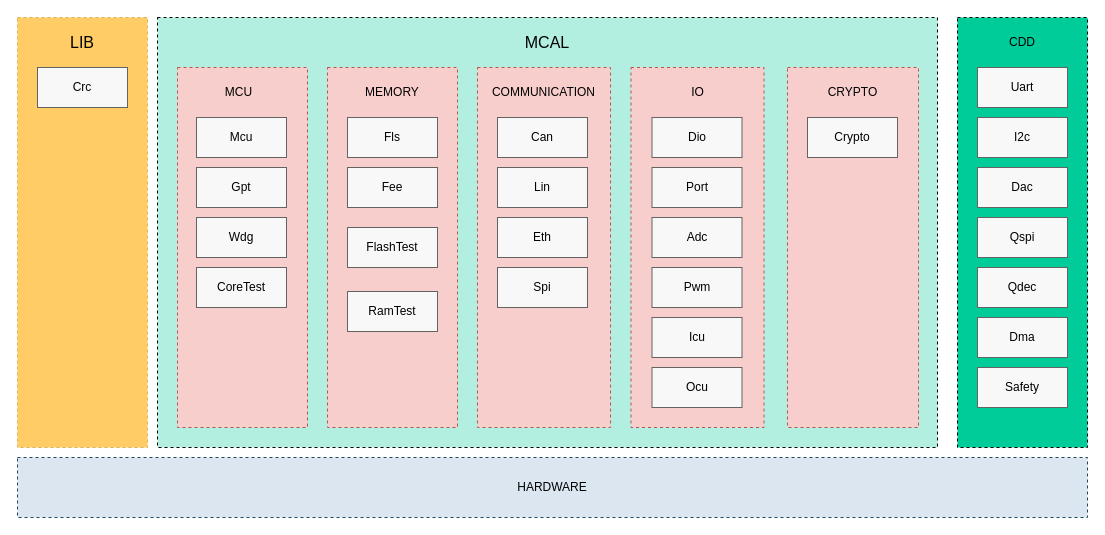
Earlier version of the draw.io diagram page "CX3288_MCAL" (2 of 5) of cx3288_sdk.drawio (hehenihao/chart). Source tidied: cells renumbered, new cells numbered last; positions are measured from the earlier drawing's top-left corner, leaving out a move shared by most shapes. Both pictures are drawn from the tidied source at 100%, with x=0, y=0 at pixel (17, 17).
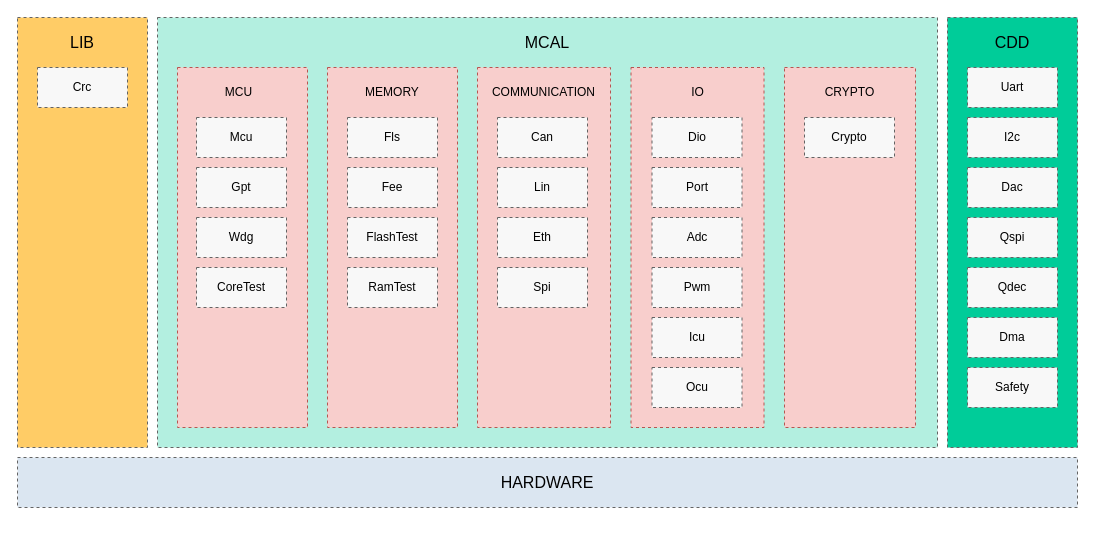
After the change.

What changed in the source:
```diff
@@
-    <mxCell id="2" style="rounded=0;whiteSpace=wrap;html=1;dashed=1;fillColor=#00cc99;" parent="1" vertex="1">
-      <mxGeometry x="940" width="130" height="430" as="geometry" />
+    <mxCell id="2" style="rounded=0;whiteSpace=wrap;html=1;dashed=1;fillColor=#00cc99;strokeColor=#646464;" parent="1" vertex="1">
+      <mxGeometry x="930" width="130" height="430" as="geometry" />
     </mxCell>
-    <mxCell id="3" style="rounded=0;whiteSpace=wrap;html=1;dashed=1;fillColor=#b3efe0;" parent="1" vertex="1">
+    <mxCell id="3" style="rounded=0;whiteSpace=wrap;html=1;dashed=1;fillColor=#b3efe0;strokeColor=#646464;" parent="1" vertex="1">
       <mxGeometry x="140" width="780" height="430" as="geometry" />
     </mxCell>
@@
-    <mxCell id="5" value="MCU" style="rounded=0;whiteSpace=wrap;html=1;strokeColor=none;fillColor=none;" parent="1" vertex="1">
+    <mxCell id="5" value="MCU" style="rounded=0;whiteSpace=wrap;html=1;strokeColor=none;fillColor=none;dashed=1;" parent="1" vertex="1">
       <mxGeometry x="163" y="50" width="117" height="50" as="geometry" />
     </mxCell>
@@
-    <mxCell id="9" value="Gpt" style="rounded=0;whiteSpace=wrap;html=1;fillColor=#f8f8f8;strokeColor=#636363;" parent="1" vertex="1">
+    <mxCell id="9" value="Gpt" style="rounded=0;whiteSpace=wrap;html=1;fillColor=#f8f8f8;strokeColor=#636363;dashed=1;" parent="1" vertex="1">
       <mxGeometry x="179" y="150" width="90" height="40" as="geometry" />
     </mxCell>
-    <mxCell id="10" value="MEMORY" style="rounded=0;whiteSpace=wrap;html=1;strokeColor=none;fillColor=none;" parent="1" vertex="1">
+    <mxCell id="10" value="MEMORY" style="rounded=0;whiteSpace=wrap;html=1;strokeColor=none;fillColor=none;dashed=1;" parent="1" vertex="1">
       <mxGeometry x="310" y="50" width="130" height="50" as="geometry" />
     </mxCell>
-    <mxCell id="11" value="COMMUNICATION" style="rounded=0;whiteSpace=wrap;html=1;strokeColor=none;fillColor=none;" parent="1" vertex="1">
+    <mxCell id="11" value="COMMUNICATION" style="rounded=0;whiteSpace=wrap;html=1;strokeColor=none;fillColor=none;dashed=1;" parent="1" vertex="1">
       <mxGeometry x="460" y="50" width="133" height="50" as="geometry" />
     </mxCell>
-    <mxCell id="12" value="IO" style="rounded=0;whiteSpace=wrap;html=1;strokeColor=none;fillColor=none;" parent="1" vertex="1">
+    <mxCell id="12" value="IO" style="rounded=0;whiteSpace=wrap;html=1;strokeColor=none;fillColor=none;dashed=1;" parent="1" vertex="1">
       <mxGeometry x="613.5" y="50" width="133" height="50" as="geometry" />
     </mxCell>
-    <mxCell id="13" value="Can" style="rounded=0;whiteSpace=wrap;html=1;fillColor=#f8f8f8;strokeColor=#636363;" parent="1" vertex="1">
+    <mxCell id="13" value="Can" style="rounded=0;whiteSpace=wrap;html=1;fillColor=#f8f8f8;strokeColor=#636363;dashed=1;" parent="1" vertex="1">
       <mxGeometry x="480" y="100" width="90" height="40" as="geometry" />
     </mxCell>
-    <mxCell id="14" value="Lin" style="rounded=0;whiteSpace=wrap;html=1;fillColor=#f8f8f8;strokeColor=#636363;" parent="1" vertex="1">
+    <mxCell id="14" value="Lin" style="rounded=0;whiteSpace=wrap;html=1;fillColor=#f8f8f8;strokeColor=#636363;dashed=1;" parent="1" vertex="1">
       <mxGeometry x="480" y="150" width="90" height="40" as="geometry" />
     </mxCell>
-    <mxCell id="15" value="Eth" style="rounded=0;whiteSpace=wrap;html=1;fillColor=#f8f8f8;strokeColor=#636363;" parent="1" vertex="1">
+    <mxCell id="15" value="Eth" style="rounded=0;whiteSpace=wrap;html=1;fillColor=#f8f8f8;strokeColor=#636363;dashed=1;" parent="1" vertex="1">
       <mxGeometry x="480" y="200" width="90" height="40" as="geometry" />
     </mxCell>
-    <mxCell id="16" value="Spi" style="rounded=0;whiteSpace=wrap;html=1;fillColor=#f8f8f8;strokeColor=#636363;" parent="1" vertex="1">
+    <mxCell id="16" value="Spi" style="rounded=0;whiteSpace=wrap;html=1;fillColor=#f8f8f8;strokeColor=#636363;dashed=1;" parent="1" vertex="1">
       <mxGeometry x="480" y="250" width="90" height="40" as="geometry" />
     </mxCell>
-    <mxCell id="17" value="HARDWARE" style="rounded=0;whiteSpace=wrap;html=1;align=center;fillColor=#DBE6F1;strokeColor=#23445d;dashed=1;" parent="1" vertex="1">
-      <mxGeometry y="440" width="1070" height="60" as="geometry" />
+    <mxCell id="17" value="HARDWARE" style="rounded=0;whiteSpace=wrap;html=1;align=center;fillColor=#DBE6F1;strokeColor=#646464;dashed=1;fontSize=16;" parent="1" vertex="1">
+      <mxGeometry y="440" width="1060" height="50" as="geometry" />
     </mxCell>
-    <mxCell id="18" value="Dio" style="rounded=0;whiteSpace=wrap;html=1;fillColor=#f8f8f8;strokeColor=#636363;" parent="1" vertex="1">
+    <mxCell id="18" value="Dio" style="rounded=0;whiteSpace=wrap;html=1;fillColor=#f8f8f8;strokeColor=#636363;dashed=1;" parent="1" vertex="1">
       <mxGeometry x="634.5" y="100" width="90" height="40" as="geometry" />
     </mxCell>
-    <mxCell id="19" value="Port" style="rounded=0;whiteSpace=wrap;html=1;fillColor=#f8f8f8;strokeColor=#636363;" parent="1" vertex="1">
+    <mxCell id="19" value="Port" style="rounded=0;whiteSpace=wrap;html=1;fillColor=#f8f8f8;strokeColor=#636363;dashed=1;" parent="1" vertex="1">
       <mxGeometry x="634.5" y="150" width="90" height="40" as="geometry" />
     </mxCell>
-    <mxCell id="20" value="I2c" style="rounded=0;whiteSpace=wrap;html=1;fillColor=#F8F8F8;strokeColor=#636363;" parent="1" vertex="1">
-      <mxGeometry x="960" y="100" width="90" height="40" as="geometry" />
+    <mxCell id="20" value="I2c" style="rounded=0;whiteSpace=wrap;html=1;fillColor=#F8F8F8;strokeColor=#636363;dashed=1;" parent="1" vertex="1">
+      <mxGeometry x="950" y="100" width="90" height="40" as="geometry" />
     </mxCell>
-    <mxCell id="21" value="Adc" style="rounded=0;whiteSpace=wrap;html=1;fillColor=#f8f8f8;strokeColor=#636363;" parent="1" vertex="1">
+    <mxCell id="21" value="Adc" style="rounded=0;whiteSpace=wrap;html=1;fillColor=#f8f8f8;strokeColor=#636363;dashed=1;" parent="1" vertex="1">
       <mxGeometry x="634.5" y="200" width="90" height="40" as="geometry" />
     </mxCell>
-    <mxCell id="22" value="Qdec" style="rounded=0;whiteSpace=wrap;html=1;fillColor=#F8F8F8;strokeColor=#636363;" parent="1" vertex="1">
-      <mxGeometry x="960" y="250" width="90" height="40" as="geometry" />
+    <mxCell id="22" value="Qdec" style="rounded=0;whiteSpace=wrap;html=1;fillColor=#F8F8F8;strokeColor=#636363;dashed=1;" parent="1" vertex="1">
+      <mxGeometry x="950" y="250" width="90" height="40" as="geometry" />
     </mxCell>
     <mxCell id="23" style="rounded=0;whiteSpace=wrap;html=1;strokeColor=#b85450;fillColor=#f8cecc;dashed=1;" parent="1" vertex="1">
-      <mxGeometry x="770" y="50" width="131" height="360" as="geometry" />
+      <mxGeometry x="767" y="50" width="131" height="360" as="geometry" />
     </mxCell>
-    <mxCell id="24" value="CRYPTO" style="rounded=0;whiteSpace=wrap;html=1;strokeColor=none;fillColor=none;" parent="1" vertex="1">
-      <mxGeometry x="770" y="50" width="131" height="50" as="geometry" />
+    <mxCell id="24" value="CRYPTO" style="rounded=0;whiteSpace=wrap;html=1;strokeColor=none;fillColor=none;dashed=1;" parent="1" vertex="1">
+      <mxGeometry x="767" y="50" width="131" height="50" as="geometry" />
     </mxCell>
-    <mxCell id="25" value="Crypto" style="rounded=0;whiteSpace=wrap;html=1;fillColor=#f8f8f8;strokeColor=#636363;" parent="1" vertex="1">
-      <mxGeometry x="790" y="100" width="90" height="40" as="geometry" />
+    <mxCell id="25" value="Crypto" style="rounded=0;whiteSpace=wrap;html=1;fillColor=#f8f8f8;strokeColor=#636363;dashed=1;" parent="1" vertex="1">
+      <mxGeometry x="787" y="100" width="90" height="40" as="geometry" />
     </mxCell>
-    <mxCell id="26" value="Wdg" style="rounded=0;whiteSpace=wrap;html=1;fillColor=#f8f8f8;fontColor=#000000;strokeColor=#636363;" parent="1" vertex="1">
+    <mxCell id="26" value="Wdg" style="rounded=0;whiteSpace=wrap;html=1;fillColor=#f8f8f8;fontColor=#000000;strokeColor=#636363;dashed=1;" parent="1" vertex="1">
       <mxGeometry x="179" y="200" width="90" height="40" as="geometry" />
     </mxCell>
-    <mxCell id="27" value="Dac" style="rounded=0;whiteSpace=wrap;html=1;fillColor=#F8F8F8;strokeColor=#636363;" parent="1" vertex="1">
-      <mxGeometry x="960" y="150" width="90" height="40" as="geometry" />
+    <mxCell id="27" value="Dac" style="rounded=0;whiteSpace=wrap;html=1;fillColor=#F8F8F8;strokeColor=#636363;dashed=1;" parent="1" vertex="1">
+      <mxGeometry x="950" y="150" width="90" height="40" as="geometry" />
     </mxCell>
-    <mxCell id="28" value="Qspi" style="rounded=0;whiteSpace=wrap;html=1;fillColor=#F8F8F8;strokeColor=#636363;" parent="1" vertex="1">
-      <mxGeometry x="960" y="200" width="90" height="40" as="geometry" />
+    <mxCell id="28" value="Qspi" style="rounded=0;whiteSpace=wrap;html=1;fillColor=#F8F8F8;strokeColor=#636363;dashed=1;" parent="1" vertex="1">
+      <mxGeometry x="950" y="200" width="90" height="40" as="geometry" />
     </mxCell>
-    <mxCell id="29" value="Mcu" style="rounded=0;whiteSpace=wrap;html=1;fillColor=#f8f8f8;fontColor=#000000;strokeColor=#636363;" parent="1" vertex="1">
+    <mxCell id="29" value="Mcu" style="rounded=0;whiteSpace=wrap;html=1;fillColor=#f8f8f8;fontColor=#000000;strokeColor=#636363;dashed=1;" parent="1" vertex="1">
       <mxGeometry x="179" y="100" width="90" height="40" as="geometry" />
     </mxCell>
-    <mxCell id="30" value="Pwm" style="rounded=0;whiteSpace=wrap;html=1;fillColor=#f8f8f8;fontColor=#000000;strokeColor=#636363;" parent="1" vertex="1">
+    <mxCell id="30" value="Pwm" style="rounded=0;whiteSpace=wrap;html=1;fillColor=#f8f8f8;fontColor=#000000;strokeColor=#636363;dashed=1;" parent="1" vertex="1">
       <mxGeometry x="634.5" y="250" width="90" height="40" as="geometry" />
     </mxCell>
-    <mxCell id="31" value="MCAL" style="text;html=1;strokeColor=none;fillColor=none;align=center;verticalAlign=middle;whiteSpace=wrap;rounded=0;fontSize=16;" parent="1" vertex="1">
+    <mxCell id="31" value="MCAL" style="text;html=1;strokeColor=none;fillColor=none;align=center;verticalAlign=middle;whiteSpace=wrap;rounded=0;fontSize=16;dashed=1;" parent="1" vertex="1">
       <mxGeometry x="140" y="10" width="780" height="30" as="geometry" />
     </mxCell>
-    <mxCell id="32" style="rounded=0;whiteSpace=wrap;html=1;dashed=1;fillColor=#ffcc66;strokeColor=#d6b656;" parent="1" vertex="1">
+    <mxCell id="32" style="rounded=0;whiteSpace=wrap;html=1;dashed=1;fillColor=#ffcc66;strokeColor=#646464;" parent="1" vertex="1">
       <mxGeometry width="130" height="430" as="geometry" />
     </mxCell>
-    <mxCell id="33" value="LIB" style="text;html=1;strokeColor=none;fillColor=none;align=center;verticalAlign=middle;whiteSpace=wrap;rounded=0;fontSize=16;" parent="1" vertex="1">
+    <mxCell id="33" value="LIB" style="text;html=1;strokeColor=none;fillColor=none;align=center;verticalAlign=middle;whiteSpace=wrap;rounded=0;fontSize=16;dashed=1;" parent="1" vertex="1">
       <mxGeometry y="10" width="130" height="30" as="geometry" />
     </mxCell>
-    <mxCell id="34" value="CDD" style="text;html=1;strokeColor=none;fillColor=none;align=center;verticalAlign=middle;whiteSpace=wrap;rounded=0;" parent="1" vertex="1">
-      <mxGeometry x="940" y="10" width="130" height="30" as="geometry" />
+    <mxCell id="34" value="CDD" style="text;html=1;strokeColor=none;fillColor=none;align=center;verticalAlign=middle;whiteSpace=wrap;rounded=0;fontSize=16;dashed=1;" parent="1" vertex="1">
+      <mxGeometry x="930" y="10" width="130" height="30" as="geometry" />
     </mxCell>
-    <mxCell id="35" value="Crc" style="rounded=0;whiteSpace=wrap;html=1;fillColor=#f8f8f8;strokeColor=#636363;" parent="1" vertex="1">
+    <mxCell id="35" value="Crc" style="rounded=0;whiteSpace=wrap;html=1;fillColor=#f8f8f8;strokeColor=#636363;dashed=1;" parent="1" vertex="1">
       <mxGeometry x="20" y="50" width="90" height="40" as="geometry" />
     </mxCell>
-    <mxCell id="36" value="Fls" style="rounded=0;whiteSpace=wrap;html=1;fillColor=#f8f8f8;fontColor=#000000;strokeColor=#636363;" parent="1" vertex="1">
+    <mxCell id="36" value="Fls" style="rounded=0;whiteSpace=wrap;html=1;fillColor=#f8f8f8;fontColor=#000000;strokeColor=#636363;dashed=1;" parent="1" vertex="1">
       <mxGeometry x="330" y="100" width="90" height="40" as="geometry" />
     </mxCell>
-    <mxCell id="37" value="Fee" style="rounded=0;whiteSpace=wrap;html=1;fillColor=#f8f8f8;fontColor=#000000;strokeColor=#636363;" parent="1" vertex="1">
+    <mxCell id="37" value="Fee" style="rounded=0;whiteSpace=wrap;html=1;fillColor=#f8f8f8;fontColor=#000000;strokeColor=#636363;dashed=1;" parent="1" vertex="1">
       <mxGeometry x="330" y="150" width="90" height="40" as="geometry" />
     </mxCell>
-    <mxCell id="38" value="Uart" style="rounded=0;whiteSpace=wrap;html=1;fillColor=#F8F8F8;strokeColor=#636363;" parent="1" vertex="1">
-      <mxGeometry x="960" y="50" width="90" height="40" as="geometry" />
+    <mxCell id="38" value="Uart" style="rounded=0;whiteSpace=wrap;html=1;fillColor=#F8F8F8;strokeColor=#636363;dashed=1;" parent="1" vertex="1">
+      <mxGeometry x="950" y="50" width="90" height="40" as="geometry" />
     </mxCell>
-    <mxCell id="39" value="Dma" style="rounded=0;whiteSpace=wrap;html=1;fillColor=#F8F8F8;strokeColor=#636363;" parent="1" vertex="1">
-      <mxGeometry x="960" y="300" width="90" height="40" as="geometry" />
+    <mxCell id="39" value="Dma" style="rounded=0;whiteSpace=wrap;html=1;fillColor=#F8F8F8;strokeColor=#636363;dashed=1;" parent="1" vertex="1">
+      <mxGeometry x="950" y="300" width="90" height="40" as="geometry" />
     </mxCell>
-    <mxCell id="40" value="CoreTest" style="rounded=0;whiteSpace=wrap;html=1;fillColor=#f8f8f8;fontColor=#000000;strokeColor=#636363;" parent="1" vertex="1">
+    <mxCell id="40" value="CoreTest" style="rounded=0;whiteSpace=wrap;html=1;fillColor=#f8f8f8;fontColor=#000000;strokeColor=#636363;dashed=1;" parent="1" vertex="1">
       <mxGeometry x="179" y="250" width="90" height="40" as="geometry" />
     </mxCell>
-    <mxCell id="41" value="FlashTest" style="rounded=0;whiteSpace=wrap;html=1;fillColor=#f8f8f8;fontColor=#000000;strokeColor=#636363;" parent="1" vertex="1">
-      <mxGeometry x="330" y="210" width="90" height="40" as="geometry" />
+    <mxCell id="41" value="FlashTest" style="rounded=0;whiteSpace=wrap;html=1;fillColor=#f8f8f8;fontColor=#000000;strokeColor=#636363;dashed=1;" parent="1" vertex="1">
+      <mxGeometry x="330" y="200" width="90" height="40" as="geometry" />
     </mxCell>
-    <mxCell id="42" value="RamTest" style="rounded=0;whiteSpace=wrap;html=1;fillColor=#f8f8f8;fontColor=#000000;strokeColor=#636363;" parent="1" vertex="1">
-      <mxGeometry x="330" y="274" width="90" height="40" as="geometry" />
+    <mxCell id="42" value="RamTest" style="rounded=0;whiteSpace=wrap;html=1;fillColor=#f8f8f8;fontColor=#000000;strokeColor=#636363;dashed=1;" parent="1" vertex="1">
+      <mxGeometry x="330" y="250" width="90" height="40" as="geometry" />
     </mxCell>
-    <mxCell id="43" value="Icu" style="rounded=0;whiteSpace=wrap;html=1;fillColor=#f8f8f8;fontColor=#000000;strokeColor=#636363;" parent="1" vertex="1">
+    <mxCell id="43" value="Icu" style="rounded=0;whiteSpace=wrap;html=1;fillColor=#f8f8f8;fontColor=#000000;strokeColor=#636363;dashed=1;" parent="1" vertex="1">
       <mxGeometry x="634.5" y="300" width="90" height="40" as="geometry" />
     </mxCell>
-    <mxCell id="44" value="Ocu" style="rounded=0;whiteSpace=wrap;html=1;fillColor=#f8f8f8;fontColor=#000000;strokeColor=#636363;" parent="1" vertex="1">
+    <mxCell id="44" value="Ocu" style="rounded=0;whiteSpace=wrap;html=1;fillColor=#f8f8f8;fontColor=#000000;strokeColor=#636363;dashed=1;" parent="1" vertex="1">
       <mxGeometry x="634.5" y="350" width="90" height="40" as="geometry" />
     </mxCell>
-    <mxCell id="45" value="Safety" style="rounded=0;whiteSpace=wrap;html=1;fillColor=#F8F8F8;strokeColor=#636363;" parent="1" vertex="1">
-      <mxGeometry x="960" y="350" width="90" height="40" as="geometry" />
+    <mxCell id="45" value="Safety" style="rounded=0;whiteSpace=wrap;html=1;fillColor=#F8F8F8;strokeColor=#636363;dashed=1;" parent="1" vertex="1">
+      <mxGeometry x="950" y="350" width="90" height="40" as="geometry" />
     </mxCell>
```
